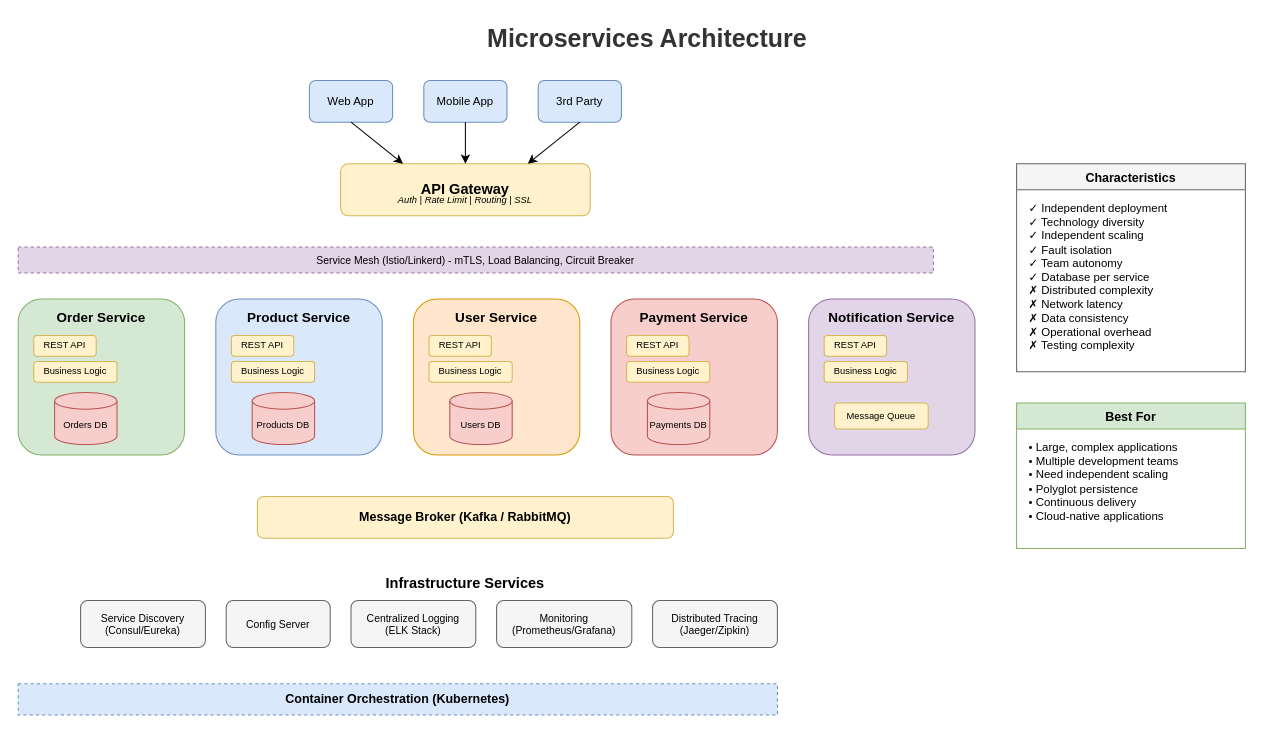
Before: lesson-01-software-design-architecture/diagrams/2.2-microservices-architecture.drawio in MrParkerZ7/document-lesson-software-architect-x-claude, a draw.io diagram. Source tidied: cells renumbered, new cells numbered last; positions are measured from the earlier drawing's top-left corner, leaving out a move shared by most shapes. Both pictures are drawn from the tidied source at 104%, with x=0, y=0 at pixel (18, 18).
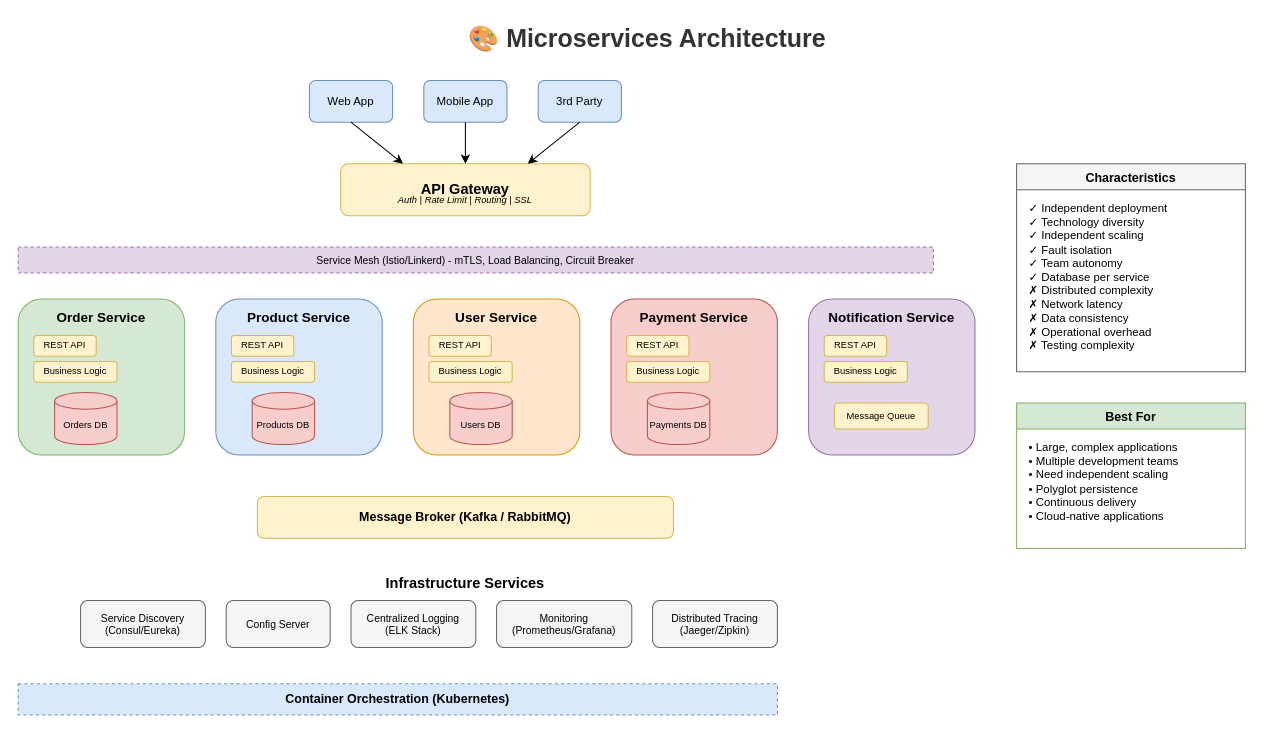
The same diagram, later.

Diff of the diagram source:
```diff
@@
-    <mxCell id="2" value="Microservices Architecture" style="text;html=1;strokeColor=none;fillColor=none;align=center;verticalAlign=middle;whiteSpace=wrap;rounded=0;fontSize=24;fontStyle=1;fontColor=#333333;" parent="1" vertex="1">
+    <mxCell id="2" value="🎨 Microservices Architecture" style="text;html=1;strokeColor=none;fillColor=none;align=center;verticalAlign=middle;whiteSpace=wrap;rounded=0;fontSize=24;fontStyle=1;fontColor=#333333;" parent="1" vertex="1">
       <mxGeometry x="430" width="350" height="40" as="geometry" />
     </mxCell>
```
